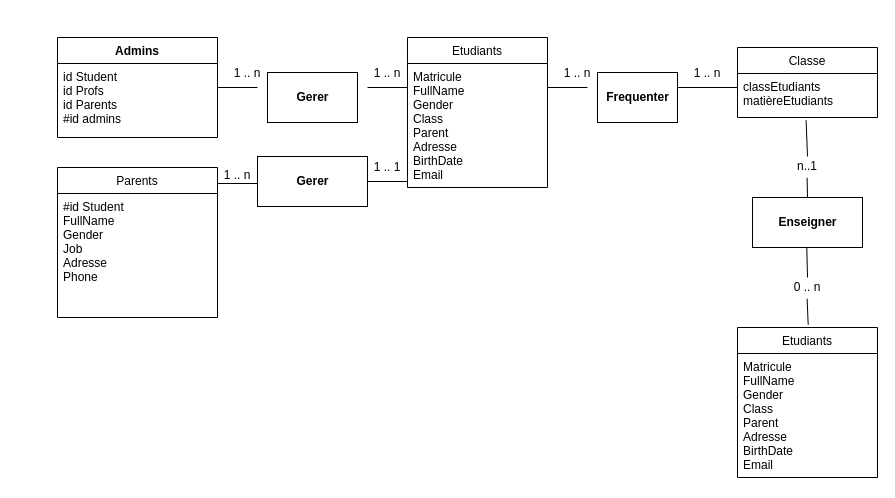
The draw.io diagram Conceptions/Merise/MLD.drawio in JAMALEEY/Application-de-gestion-d-cole-BETA, before the edit. Source tidied: cells renumbered, new cells numbered last; positions are measured from the earlier drawing's top-left corner, leaving out a move shared by most shapes. Both pictures are drawn from the tidied source at 100%, with x=0, y=0 at pixel (57, 37).
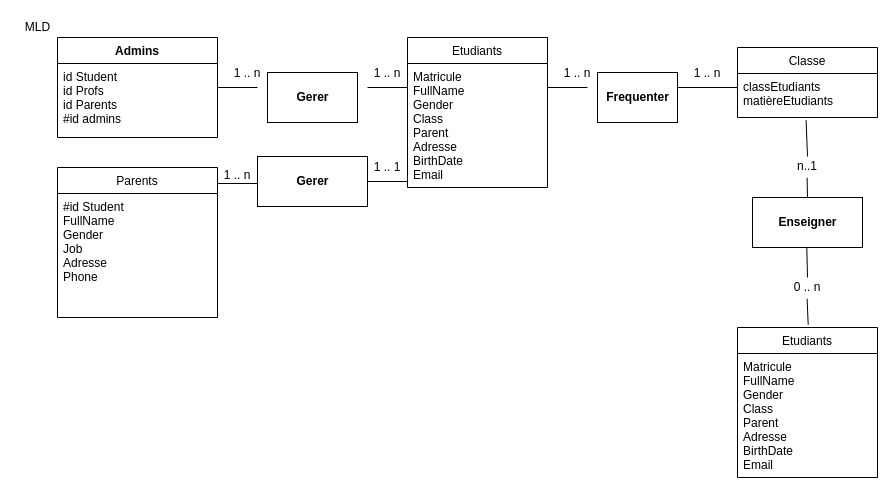
Above is the later version.

Commit message:
Finish MLD

The edit, as a diff of the source:
```diff
@@
+    <mxCell id="34" value="MLD" style="text;html=1;align=center;verticalAlign=middle;" parent="1" vertex="1">
+      <mxGeometry x="-40" y="-20" width="40" height="20" as="geometry" />
+    </mxCell>
```
